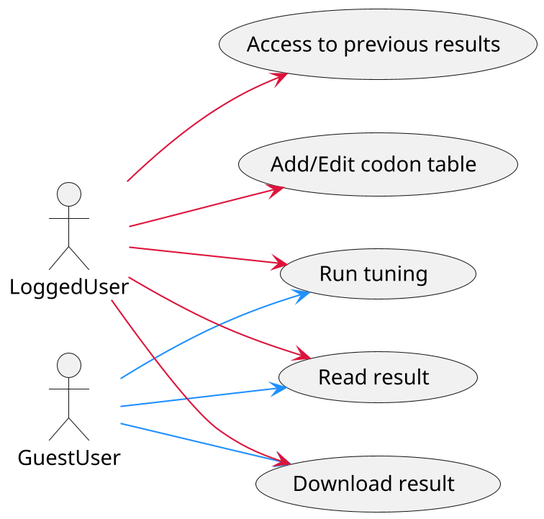
The PlantUML diagram documentation/use_cases.png in tbonnabaud/expressinhost_web, before a commit.
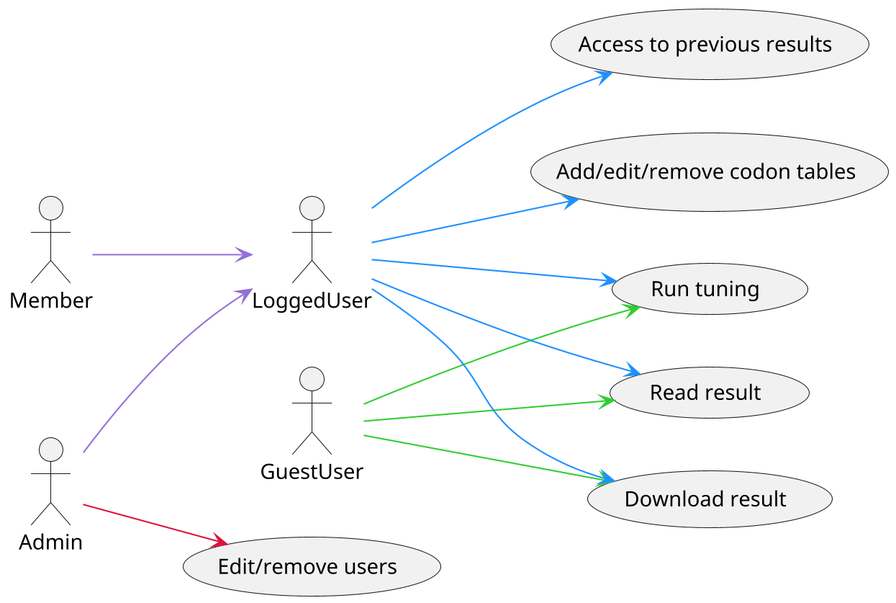
Above is the later version.

Change to the diagram source:
```diff
@@ -2,23 +2,32 @@
 left to right direction
 skinparam dpi 200
 
+skinparam BackgroundColor transparent
 
 actor LoggedUser
+actor Admin
+actor Member
 actor GuestUser
 
-usecase "Add/Edit codon table" as u1
+usecase "Add/edit/remove codon tables" as u1
 usecase "Run tuning" as u2
 usecase "Read result" as u3
 usecase "Download result" as u4
 usecase "Access to previous results" as u5
+usecase "Edit/remove users" as u6
 
-GuestUser --> u2 #line:DodgerBlue
-GuestUser --> u3 #line:DodgerBlue
-GuestUser --> u4 #line:DodgerBlue
+Admin --> LoggedUser #line:MediumPurple
+Member --> LoggedUser #line:MediumPurple
 
-LoggedUser --> u1 #line:crimson
-LoggedUser --> u2 #line:crimson
-LoggedUser --> u3 #line:crimson
-LoggedUser --> u4 #line:crimson
-LoggedUser --> u5 #line:crimson
+GuestUser --> u2 #line:LimeGreen
+GuestUser --> u3 #line:LimeGreen
+GuestUser --> u4 #line:LimeGreen
+
+LoggedUser --> u1 #line:DodgerBlue
+LoggedUser --> u2 #line:DodgerBlue
+LoggedUser --> u3 #line:DodgerBlue
+LoggedUser --> u4 #line:DodgerBlue
+LoggedUser --> u5 #line:DodgerBlue
+
+Admin --> u6 #line:Crimson
 @enduml
```
